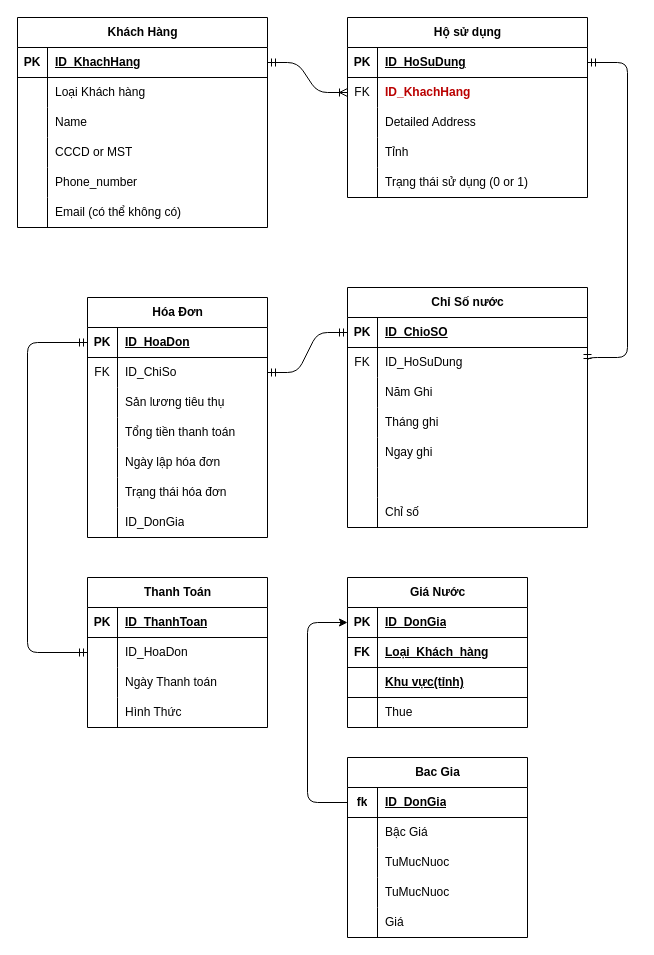
The draw.io diagram note/csdl.drawio in lethanhtung7002/water_management, before the edit. Source tidied: cells renumbered, new cells numbered last; positions are measured from the earlier drawing's top-left corner, leaving out a move shared by most shapes. Both pictures are drawn from the tidied source at 100%, with x=0, y=0 at pixel (17, 17).
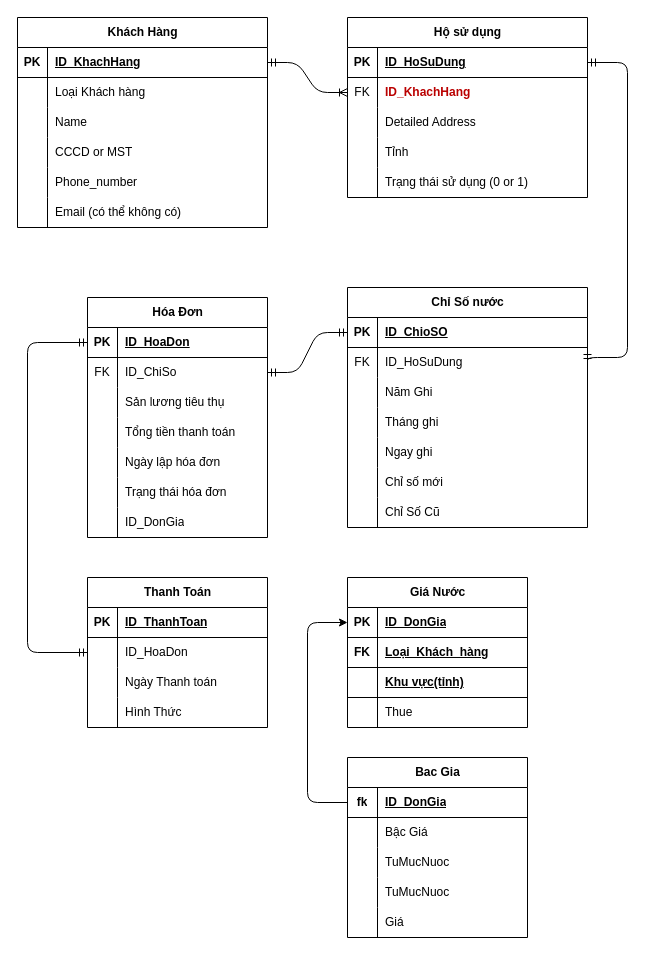
The same page after the edit.

The change refers to these unchanged cells:
```xml
<mxCell id="53" style="shape=tableRow;horizontal=0;startSize=0;swimlaneHead=0;swimlaneBody=0;fillColor=none;top=0;left=0;right=0;bottom=0;" parent="37" vertex="1">
  <mxGeometry y="180" width="240" height="30" as="geometry" />
</mxCell>
<mxCell id="56" style="shape=tableRow;horizontal=0;startSize=0;swimlaneHead=0;swimlaneBody=0;fillColor=none;top=0;left=0;right=0;bottom=0;" parent="37" vertex="1">
  <mxGeometry y="210" width="240" height="30" as="geometry" />
</mxCell>
```

The edit, as a diff of the source:
```diff
@@
-    <mxCell id="55" style="shape=partialRectangle;fillColor=none;top=0;left=0;bottom=0;right=0;align=left;spacingLeft=6;overflow=hidden;whiteSpace=wrap;html=1;" parent="53" vertex="1">
+    <mxCell id="55" value="Chỉ số mới" style="shape=partialRectangle;fillColor=none;top=0;left=0;bottom=0;right=0;align=left;spacingLeft=6;overflow=hidden;whiteSpace=wrap;html=1;" parent="53" vertex="1">
       <mxGeometry x="30" width="210" height="30" as="geometry" />
     </mxCell>
@@
-    <mxCell id="58" value="Chỉ số&amp;nbsp;" style="shape=partialRectangle;fillColor=none;top=0;left=0;bottom=0;right=0;align=left;spacingLeft=6;overflow=hidden;whiteSpace=wrap;html=1;" parent="56" vertex="1">
+    <mxCell id="58" value="Chỉ Số Cũ" style="shape=partialRectangle;fillColor=none;top=0;left=0;bottom=0;right=0;align=left;spacingLeft=6;overflow=hidden;whiteSpace=wrap;html=1;" parent="56" vertex="1">
       <mxGeometry x="30" width="210" height="30" as="geometry" />
     </mxCell>
```
